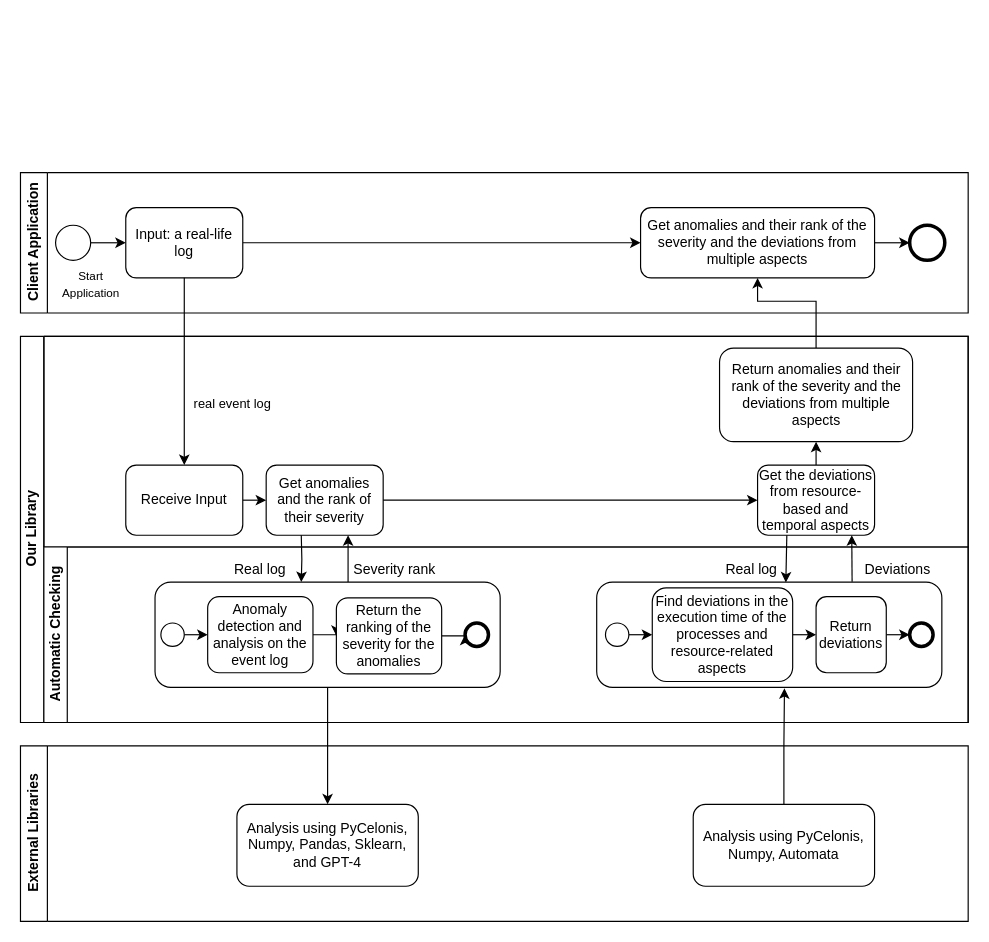
Before: Untitled Diagram.drawio in carrieMrJ/Group4-Automatic-Conformance-Checking-insights-in-Celonis, a draw.io diagram. Source tidied: cells renumbered, new cells numbered last; positions are measured from the earlier drawing's top-left corner, leaving out a move shared by most shapes. Both pictures are drawn from the tidied source at 117%, with x=0, y=0 at pixel (20, 172).
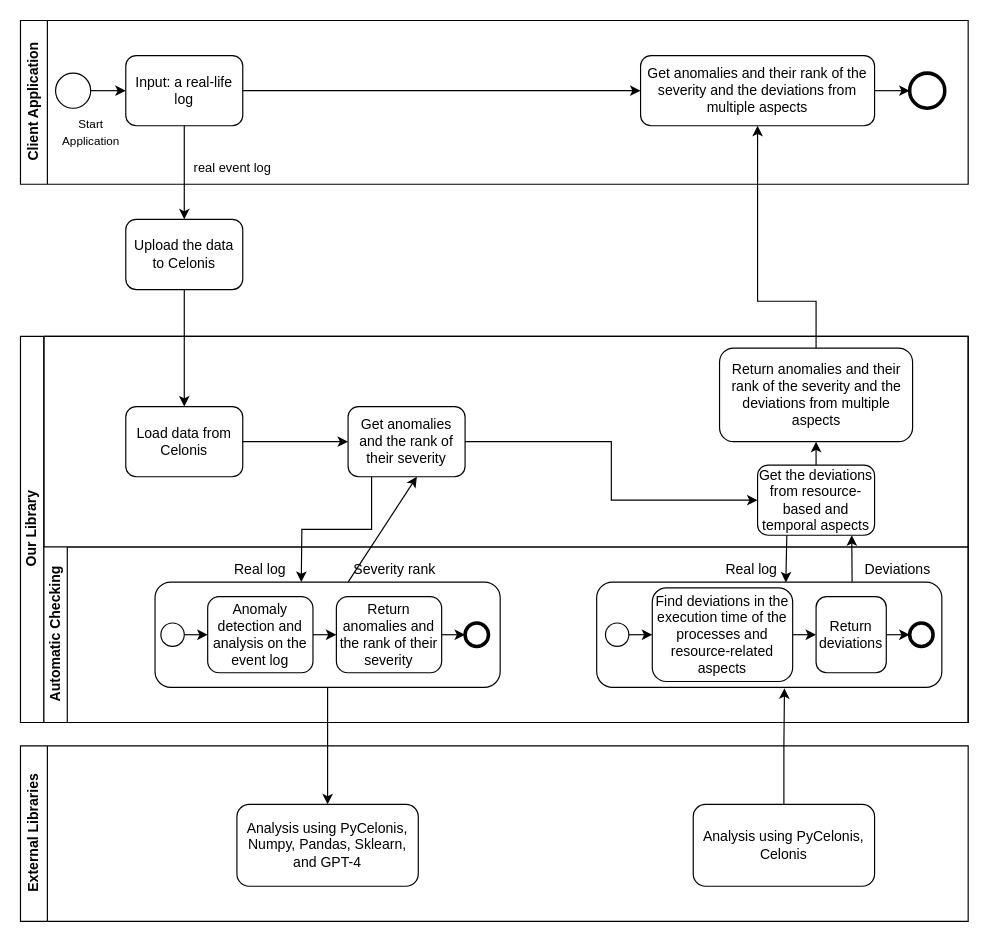
The same page after the edit.

The change refers to these unchanged cells:
```xml
<mxCell id="4" value="Input: a real-life log" style="rounded=1;whiteSpace=wrap;html=1;" parent="2" vertex="1">
  <mxGeometry x="90" y="30" width="100" height="60" as="geometry" />
</mxCell>
<mxCell id="13" value="Our Library" style="swimlane;horizontal=0;startSize=20;html=1;" parent="1" vertex="1">
  <mxGeometry y="140" width="810" height="330" as="geometry" />
</mxCell>
<mxCell id="14" style="swimlane;startSize=0;horizontal=0;html=1;" parent="13" vertex="1">
  <mxGeometry x="20" width="790" height="180" as="geometry" />
</mxCell>
<mxCell id="18" value="Get the deviations from resource-based and temporal aspects" style="rounded=1;whiteSpace=wrap;html=1;" parent="14" vertex="1">
  <mxGeometry x="610" y="110" width="100" height="60" as="geometry" />
</mxCell>
<mxCell id="24" value="Automatic Checking" style="swimlane;startSize=20;horizontal=0;html=1;" parent="13" vertex="1">
  <mxGeometry x="20" y="180" width="790" height="150" as="geometry" />
</mxCell>
<mxCell id="35" style="rounded=1;whiteSpace=wrap;html=1;" parent="24" vertex="1">
  <mxGeometry x="472.5" y="30" width="295" height="90" as="geometry" />
</mxCell>
<mxCell id="47" value="External Libraries" style="swimlane;horizontal=0;whiteSpace=wrap;html=1;" parent="1" vertex="1">
  <mxGeometry y="490" width="810" height="150" as="geometry" />
</mxCell>
```

Change to the diagram source:
```diff
@@
     <mxCell id="2" value="Client Application" style="swimlane;horizontal=0;whiteSpace=wrap;html=1;" parent="1" vertex="1">
-      <mxGeometry width="810" height="120" as="geometry" />
+      <mxGeometry y="-130" width="810" height="140" as="geometry" />
     </mxCell>
@@
+    <mxCell id="53" value="Upload the data to Celonis" style="rounded=1;whiteSpace=wrap;html=1;" parent="2" vertex="1">
+      <mxGeometry x="90" y="170" width="100" height="60" as="geometry" />
+    </mxCell>
-    <mxCell id="11" style="rounded=0;jettySize=auto;html=1;exitX=0.5;exitY=1;exitDx=0;exitDy=0;entryX=0.5;entryY=0;entryDx=0;entryDy=0;endArrow=classic;endFill=1;startArrow=none;startFill=0;" parent="1" edge="1" source="4" target="16">
+    <mxCell id="11" style="rounded=0;jettySize=auto;html=1;exitX=0.5;exitY=1;exitDx=0;exitDy=0;endArrow=classic;endFill=1;startArrow=none;startFill=0;" parent="2" edge="1" source="4" target="53">
       <mxGeometry relative="1" as="geometry" />
     </mxCell>
     <mxCell id="12" value="real event log" style="edgeLabel;html=1;align=center;verticalAlign=middle;" parent="11" vertex="1">
       <mxGeometry x="0.38" relative="1" as="geometry">
-        <mxPoint x="40" y="-3" as="offset" />
+        <mxPoint x="40" y="-20" as="offset" />
       </mxGeometry>
     </mxCell>
@@
+    <mxCell id="22" style="endArrow=classic;html=1;rounded=0;exitX=0.74;exitY=-0.002;exitDx=0;exitDy=0;entryX=0.805;entryY=1;entryDx=0;entryDy=0;entryPerimeter=0;exitPerimeter=0;" parent="13" edge="1" source="35" target="18">
+      <mxGeometry relative="1" as="geometry" />
+    </mxCell>
+    <mxCell id="23" style="endArrow=classic;html=1;rounded=0;exitX=0.25;exitY=1;exitDx=0;exitDy=0;entryX=0.548;entryY=0.004;entryDx=0;entryDy=0;entryPerimeter=0;" parent="13" edge="1" source="18" target="35">
+      <mxGeometry relative="1" as="geometry" />
+    </mxCell>
@@
-    <mxCell id="15" style="edgeStyle=orthogonalEdgeStyle;rounded=0;jettySize=auto;html=1;exitX=1;exitY=0.5;exitDx=0;exitDy=0;entryX=0;entryY=0.5;entryDx=0;entryDy=0;" parent="14" edge="1" source="16" target="17">
-      <mxGeometry relative="1" as="geometry" />
-    </mxCell>
-    <mxCell id="16" value="Receive Input" style="rounded=1;whiteSpace=wrap;html=1;" parent="14" vertex="1">
-      <mxGeometry x="70" y="110" width="100" height="60" as="geometry" />
+    <mxCell id="16" value="Load data from Celonis" style="rounded=1;whiteSpace=wrap;html=1;" parent="14" vertex="1">
+      <mxGeometry x="70" y="60" width="100" height="60" as="geometry" />
     </mxCell>
-    <mxCell id="17" value="Get anomalies and the rank of their severity" style="rounded=1;whiteSpace=wrap;html=1;" parent="14" vertex="1">
-      <mxGeometry x="190" y="110" width="100" height="60" as="geometry" />
-    </mxCell>
@@
-    <mxCell id="19" style="edgeStyle=orthogonalEdgeStyle;rounded=0;jettySize=auto;html=1;exitX=1;exitY=0.5;exitDx=0;exitDy=0;entryX=0;entryY=0.5;entryDx=0;entryDy=0;" parent="14" edge="1" source="17" target="18">
-      <mxGeometry relative="1" as="geometry" />
-    </mxCell>
@@
-    <mxCell id="22" style="endArrow=classic;html=1;rounded=0;exitX=0.74;exitY=-0.002;exitDx=0;exitDy=0;entryX=0.805;entryY=1;entryDx=0;entryDy=0;entryPerimeter=0;exitPerimeter=0;" parent="13" edge="1" source="35" target="18">
-      <mxGeometry relative="1" as="geometry" />
-    </mxCell>
-    <mxCell id="23" style="endArrow=classic;html=1;rounded=0;exitX=0.25;exitY=1;exitDx=0;exitDy=0;entryX=0.548;entryY=0.004;entryDx=0;entryDy=0;entryPerimeter=0;" parent="13" edge="1" source="18" target="35">
-      <mxGeometry relative="1" as="geometry" />
-    </mxCell>
@@
-    <mxCell id="32" value="Return the ranking of the severity for the anomalies" style="rounded=1;whiteSpace=wrap;html=1;" parent="24" vertex="1">
-      <mxGeometry x="250" y="43.5" width="90" height="65" as="geometry" />
+    <mxCell id="32" value="Return anomalies and the rank of their severity" style="rounded=1;whiteSpace=wrap;html=1;" parent="24" vertex="1">
+      <mxGeometry x="250" y="42.5" width="90" height="65" as="geometry" />
     </mxCell>
@@
-    <mxCell id="43" style="edgeStyle=orthogonalEdgeStyle;rounded=0;orthogonalLoop=1;jettySize=auto;html=1;entryX=0.237;entryY=-0.007;entryDx=0;entryDy=0;entryPerimeter=0;" parent="24" edge="1">
+    <mxCell id="43" style="edgeStyle=orthogonalEdgeStyle;rounded=0;jettySize=auto;html=1;entryX=0.237;entryY=-0.007;entryDx=0;entryDy=0;entryPerimeter=0;exitX=0.201;exitY=0.992;exitDx=0;exitDy=0;exitPerimeter=0;" parent="24" edge="1" source="17">
       <mxGeometry relative="1" as="geometry">
-        <mxPoint x="220" y="-10" as="sourcePoint" />
         <mxPoint x="220" y="30" as="targetPoint" />
       </mxGeometry>
     </mxCell>
-    <mxCell id="44" style="endArrow=classic;html=1;rounded=0;exitX=0.356;exitY=0.004;exitDx=0;exitDy=0;exitPerimeter=0;" parent="24" edge="1">
+    <mxCell id="44" style="endArrow=classic;html=1;rounded=0;exitX=0.356;exitY=0.004;exitDx=0;exitDy=0;exitPerimeter=0;entryX=0.588;entryY=0.998;entryDx=0;entryDy=0;entryPerimeter=0;" parent="24" edge="1" target="17">
       <mxGeometry relative="1" as="geometry">
         <mxPoint x="260" y="30" as="sourcePoint" />
-        <mxPoint x="260" y="-10" as="targetPoint" />
       </mxGeometry>
     </mxCell>
@@
-    <mxCell id="49" value="Analysis using PyCelonis, Numpy, Automata" style="rounded=1;whiteSpace=wrap;html=1;" parent="47" vertex="1">
+    <mxCell id="49" value="Analysis using PyCelonis, Celonis" style="rounded=1;whiteSpace=wrap;html=1;" parent="47" vertex="1">
       <mxGeometry x="575" y="50" width="155" height="70" as="geometry" />
     </mxCell>
@@
+    <mxCell id="54" style="edgeStyle=orthogonalEdgeStyle;rounded=0;jettySize=auto;html=1;" parent="1" edge="1" source="53" target="16">
+      <mxGeometry relative="1" as="geometry" />
+    </mxCell>
+    <mxCell id="17" value="Get anomalies and the rank of their severity" style="rounded=1;whiteSpace=wrap;html=1;" parent="1" vertex="1">
+      <mxGeometry x="280" y="200" width="100" height="60" as="geometry" />
+    </mxCell>
+    <mxCell id="15" style="edgeStyle=orthogonalEdgeStyle;rounded=0;jettySize=auto;html=1;exitX=1;exitY=0.5;exitDx=0;exitDy=0;entryX=0;entryY=0.5;entryDx=0;entryDy=0;" parent="1" edge="1" source="16" target="17">
+      <mxGeometry relative="1" as="geometry" />
+    </mxCell>
+    <mxCell id="19" style="edgeStyle=orthogonalEdgeStyle;rounded=0;jettySize=auto;html=1;exitX=1;exitY=0.5;exitDx=0;exitDy=0;entryX=0;entryY=0.5;entryDx=0;entryDy=0;" parent="1" edge="1" source="17" target="18">
+      <mxGeometry relative="1" as="geometry" />
+    </mxCell>
```
